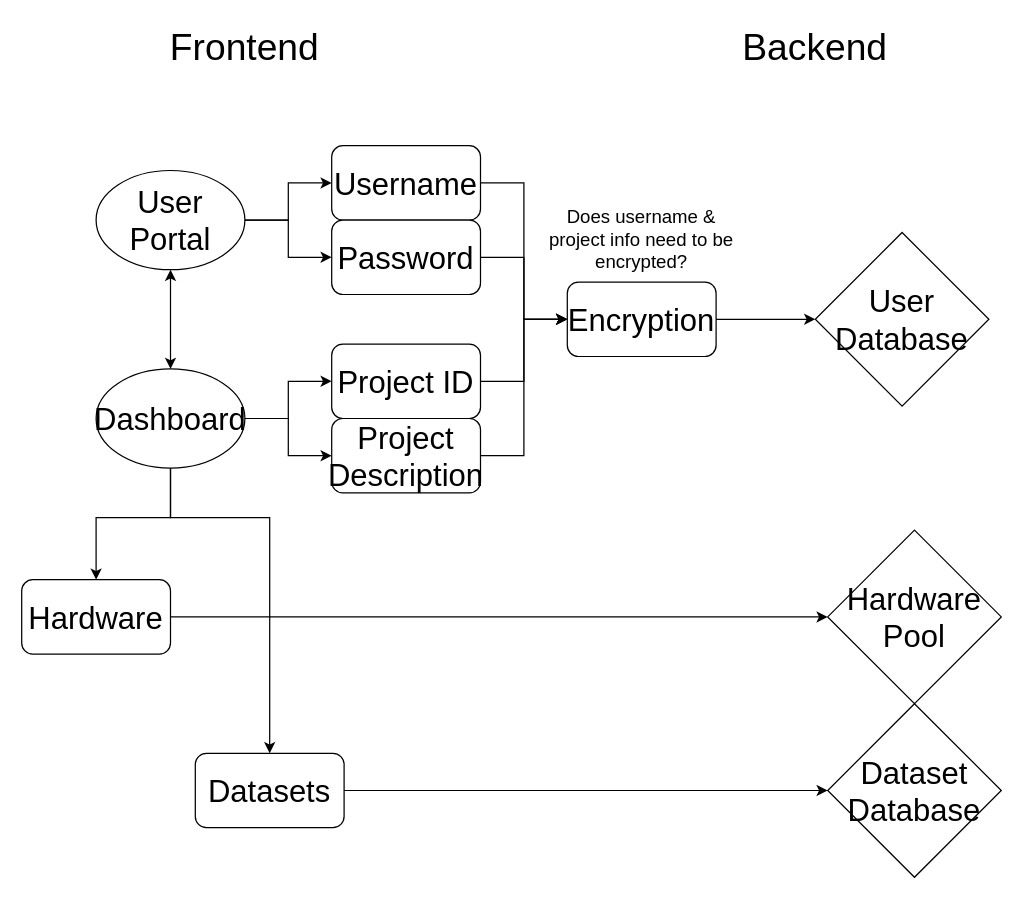
The draw.io diagram High Level Diagram.drawio in wildwilliam2/EE461L-FlaskTest-App, before the edit. Source tidied: cells renumbered, new cells numbered last; positions are measured from the earlier drawing's top-left corner, leaving out a move shared by most shapes. Both pictures are drawn from the tidied source at 124%, with x=0, y=0 at pixel (21, 21).
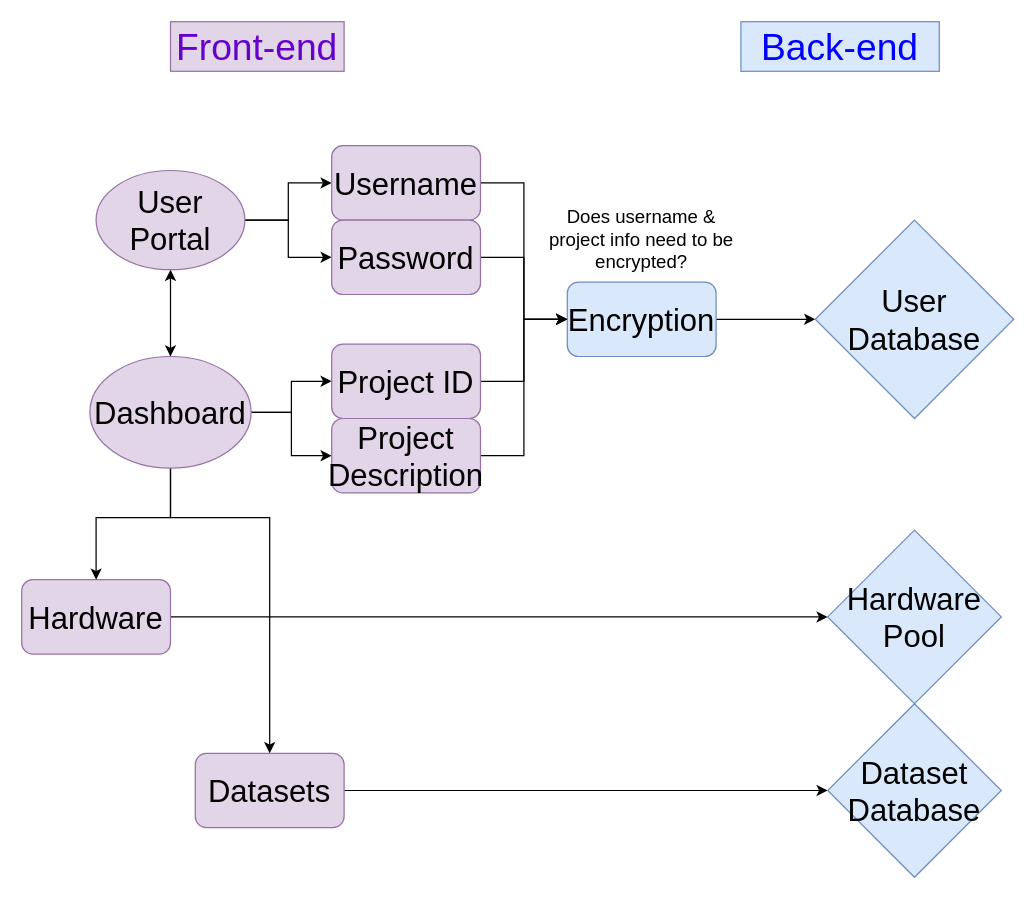
The same diagram, later.

Commit message:
Color Coded Diagram

Updated initial diagram to be color coded according to front-end and back-end components.

What changed in the source:
```diff
@@
-    <mxCell id="2" value="Frontend" style="text;html=1;strokeColor=none;fillColor=none;align=center;verticalAlign=middle;whiteSpace=wrap;rounded=0;fontSize=30;" parent="1" vertex="1">
-      <mxGeometry x="120" width="120" height="40" as="geometry" />
+    <mxCell id="2" value="&lt;font color=&quot;#6600CC&quot;&gt;Front-end&lt;/font&gt;" style="text;html=1;strokeColor=#9673a6;fillColor=#e1d5e7;align=center;verticalAlign=middle;whiteSpace=wrap;rounded=0;fontSize=30;" parent="1" vertex="1">
+      <mxGeometry x="120" width="140" height="40" as="geometry" />
     </mxCell>
@@
-    <mxCell id="5" value="User Portal" style="ellipse;whiteSpace=wrap;html=1;fontSize=25;" parent="1" vertex="1">
+    <mxCell id="5" value="User Portal" style="ellipse;whiteSpace=wrap;html=1;fontSize=25;fillColor=#e1d5e7;strokeColor=#9673a6;" parent="1" vertex="1">
       <mxGeometry x="60" y="120" width="120" height="80" as="geometry" />
     </mxCell>
-    <mxCell id="6" value="Backend" style="text;html=1;strokeColor=none;fillColor=none;align=center;verticalAlign=middle;whiteSpace=wrap;rounded=0;fontSize=30;" parent="1" vertex="1">
-      <mxGeometry x="580" width="120" height="40" as="geometry" />
+    <mxCell id="6" value="&lt;font color=&quot;#0000FF&quot;&gt;Back-end&lt;/font&gt;" style="text;html=1;strokeColor=#6c8ebf;fillColor=#dae8fc;align=center;verticalAlign=middle;whiteSpace=wrap;rounded=0;fontSize=30;" parent="1" vertex="1">
+      <mxGeometry x="580" width="160" height="40" as="geometry" />
     </mxCell>
@@
-    <mxCell id="9" value="Datasets" style="rounded=1;whiteSpace=wrap;html=1;fontSize=25;" parent="1" vertex="1">
+    <mxCell id="9" value="Datasets" style="rounded=1;whiteSpace=wrap;html=1;fontSize=25;fillColor=#e1d5e7;strokeColor=#9673a6;" parent="1" vertex="1">
       <mxGeometry x="140" y="590" width="120" height="60" as="geometry" />
     </mxCell>
@@
-    <mxCell id="11" value="Hardware" style="rounded=1;whiteSpace=wrap;html=1;fontSize=25;" parent="1" vertex="1">
+    <mxCell id="11" value="Hardware" style="rounded=1;whiteSpace=wrap;html=1;fontSize=25;fillColor=#e1d5e7;strokeColor=#9673a6;" parent="1" vertex="1">
       <mxGeometry y="450" width="120" height="60" as="geometry" />
     </mxCell>
@@
-    <mxCell id="16" value="Dashboard" style="ellipse;whiteSpace=wrap;html=1;fontSize=25;" parent="1" vertex="1">
-      <mxGeometry x="60" y="280" width="120" height="80" as="geometry" />
+    <mxCell id="16" value="Dashboard" style="ellipse;whiteSpace=wrap;html=1;fontSize=25;fillColor=#e1d5e7;strokeColor=#9673a6;" parent="1" vertex="1">
+      <mxGeometry x="55" y="270" width="130" height="90" as="geometry" />
     </mxCell>
@@
-    <mxCell id="18" value="Username" style="rounded=1;whiteSpace=wrap;html=1;fontSize=25;" parent="1" vertex="1">
+    <mxCell id="18" value="Username" style="rounded=1;whiteSpace=wrap;html=1;fontSize=25;fillColor=#e1d5e7;strokeColor=#9673a6;" parent="1" vertex="1">
       <mxGeometry x="250" y="100" width="120" height="60" as="geometry" />
     </mxCell>
@@
-    <mxCell id="20" value="Password" style="rounded=1;whiteSpace=wrap;html=1;fontSize=25;" parent="1" vertex="1">
+    <mxCell id="20" value="Password" style="rounded=1;whiteSpace=wrap;html=1;fontSize=25;fillColor=#e1d5e7;strokeColor=#9673a6;" parent="1" vertex="1">
       <mxGeometry x="250" y="160" width="120" height="60" as="geometry" />
     </mxCell>
@@
-    <mxCell id="22" value="Encryption" style="rounded=1;whiteSpace=wrap;html=1;fontSize=25;" parent="1" vertex="1">
+    <mxCell id="22" value="Encryption" style="rounded=1;whiteSpace=wrap;html=1;fontSize=25;fillColor=#dae8fc;strokeColor=#6c8ebf;" parent="1" vertex="1">
       <mxGeometry x="440" y="210" width="120" height="60" as="geometry" />
     </mxCell>
-    <mxCell id="23" value="User Database" style="rhombus;whiteSpace=wrap;html=1;fontSize=25;" parent="1" vertex="1">
-      <mxGeometry x="640" y="170" width="140" height="140" as="geometry" />
+    <mxCell id="23" value="User Database" style="rhombus;whiteSpace=wrap;html=1;fontSize=25;fillColor=#dae8fc;strokeColor=#6c8ebf;" parent="1" vertex="1">
+      <mxGeometry x="640" y="160" width="160" height="160" as="geometry" />
     </mxCell>
@@
-    <mxCell id="26" value="Project ID" style="rounded=1;whiteSpace=wrap;html=1;fontSize=25;" parent="1" vertex="1">
+    <mxCell id="26" value="Project ID" style="rounded=1;whiteSpace=wrap;html=1;fontSize=25;fillColor=#e1d5e7;strokeColor=#9673a6;" parent="1" vertex="1">
       <mxGeometry x="250" y="260" width="120" height="60" as="geometry" />
     </mxCell>
@@
-    <mxCell id="28" value="Project Description" style="rounded=1;whiteSpace=wrap;html=1;fontSize=25;" parent="1" vertex="1">
+    <mxCell id="28" value="Project Description" style="rounded=1;whiteSpace=wrap;html=1;fontSize=25;fillColor=#e1d5e7;strokeColor=#9673a6;" parent="1" vertex="1">
       <mxGeometry x="250" y="320" width="120" height="60" as="geometry" />
     </mxCell>
@@
-    <mxCell id="30" value="Hardware Pool" style="rhombus;whiteSpace=wrap;html=1;fontSize=25;" parent="1" vertex="1">
+    <mxCell id="30" value="Hardware Pool" style="rhombus;whiteSpace=wrap;html=1;fontSize=25;fillColor=#dae8fc;strokeColor=#6c8ebf;" parent="1" vertex="1">
       <mxGeometry x="650" y="410" width="140" height="140" as="geometry" />
     </mxCell>
-    <mxCell id="31" value="Dataset Database" style="rhombus;whiteSpace=wrap;html=1;fontSize=25;" parent="1" vertex="1">
+    <mxCell id="31" value="Dataset Database" style="rhombus;whiteSpace=wrap;html=1;fontSize=25;fillColor=#dae8fc;strokeColor=#6c8ebf;" parent="1" vertex="1">
       <mxGeometry x="650" y="550" width="140" height="140" as="geometry" />
     </mxCell>
```
